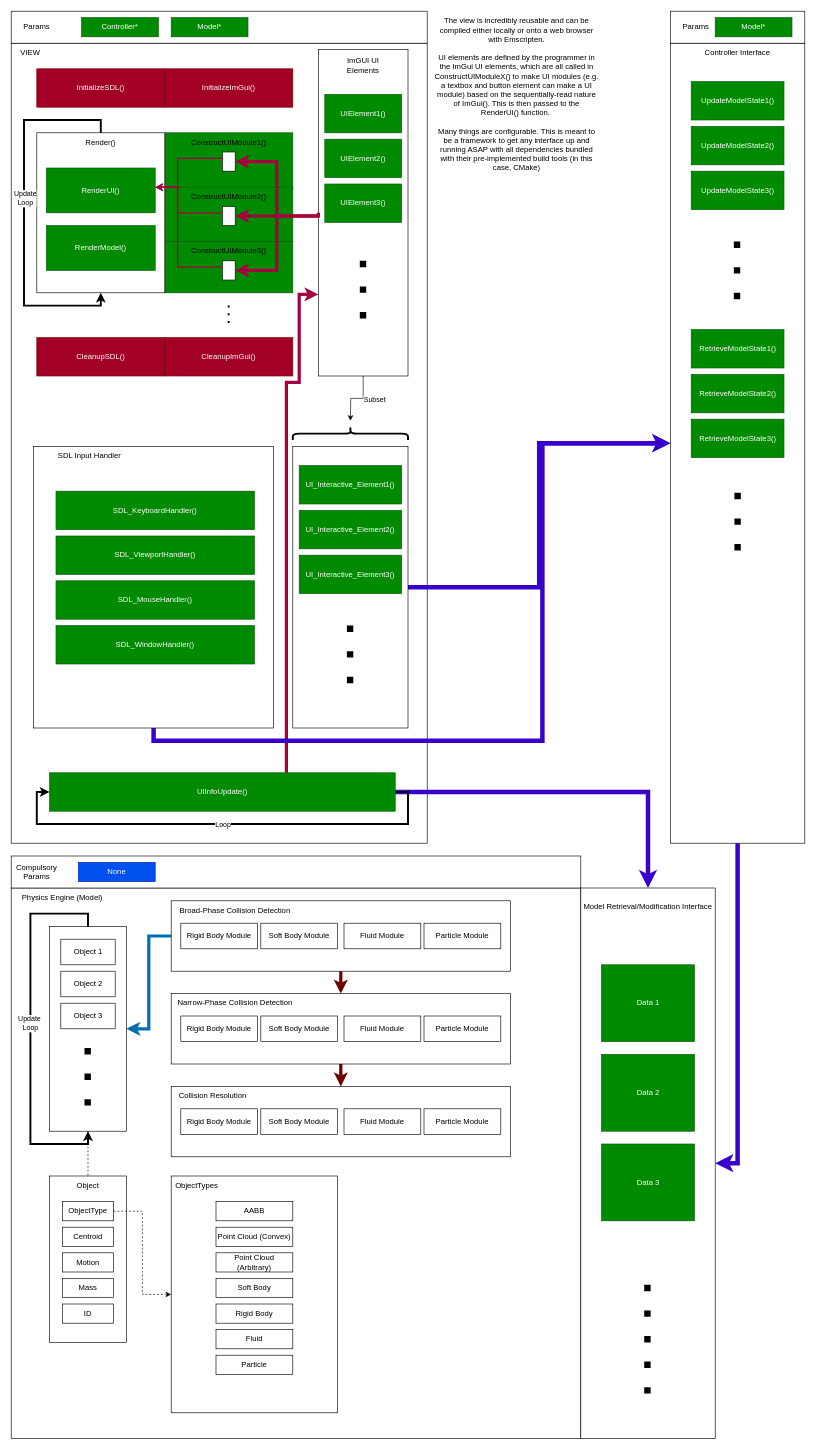
Above: documentation/Architectural Diagrams/MVC Overall Architecture.drawio in Argyraspides/Telos (draw.io), before the change. Source tidied: cells renumbered, new cells numbered last; positions are measured from the earlier drawing's top-left corner, leaving out a move shared by most shapes. Both pictures are drawn from the tidied source at 64%, with x=0, y=0 at pixel (11, 11).
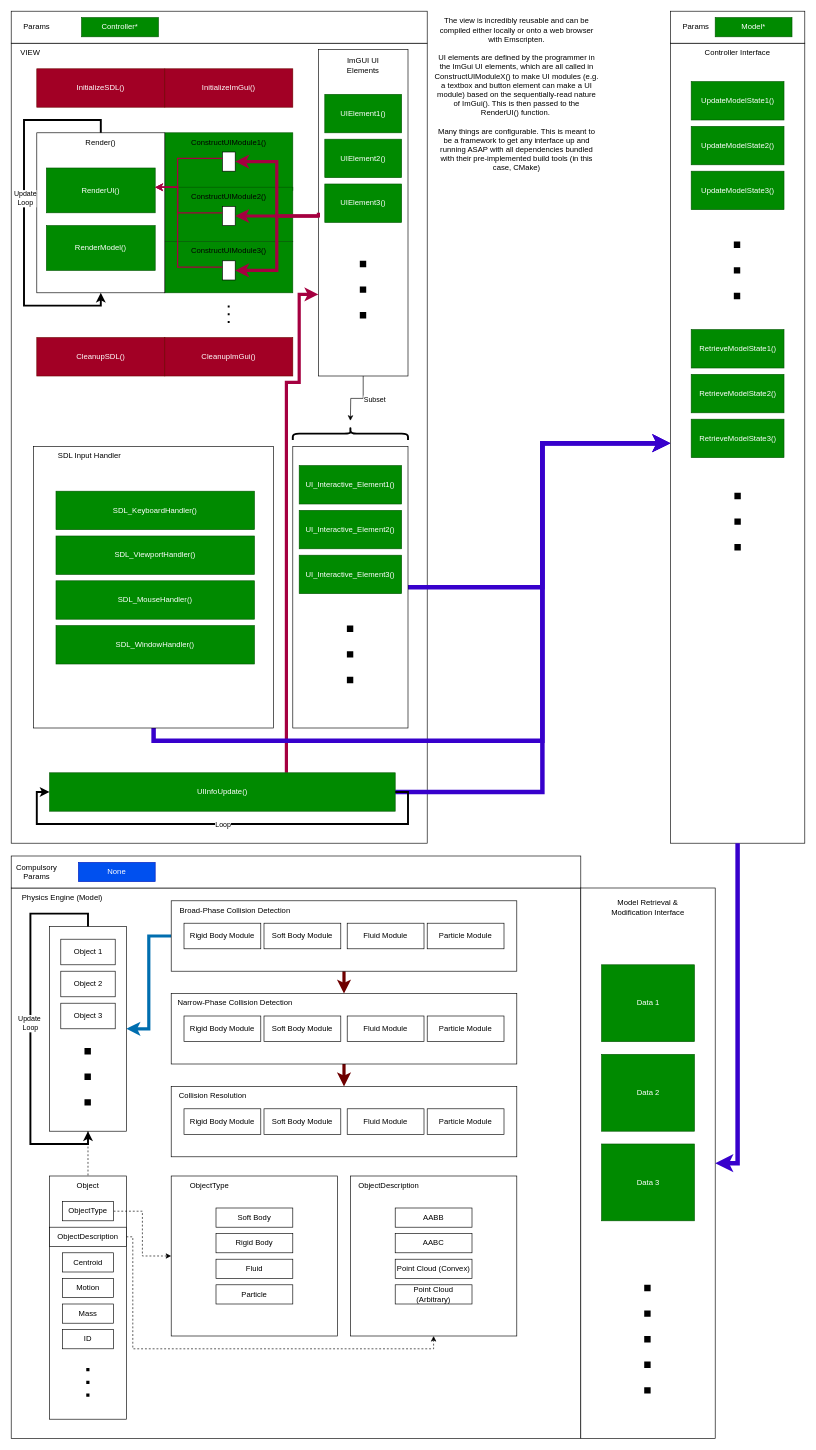
Above is the later version.

Commit message (it also covers changes not shown here):
Updated MVC architecture diagram

Unchanged cells that the change refers to:
```xml
<mxCell id="39" style="rounded=0;whiteSpace=wrap;html=1;" parent="1" vertex="1">
  <mxGeometry x="440" y="680" width="180" height="440" as="geometry" />
</mxCell>
<mxCell id="49" style="rounded=0;whiteSpace=wrap;html=1;" parent="48" vertex="1">
  <mxGeometry width="210" height="1250" as="geometry" />
</mxCell>
<mxCell id="67" value="UIInfoUpdate()" style="rounded=0;whiteSpace=wrap;html=1;fillColor=#008a00;fontColor=#ffffff;strokeColor=#005700;" parent="1" vertex="1">
  <mxGeometry x="60" y="1190" width="540" height="60" as="geometry" />
</mxCell>
<mxCell id="70" style="group;" parent="1" vertex="1">
  <mxGeometry x="890" y="1370" width="210" height="860" as="geometry" />
</mxCell>
```

The edit, as a diff of the source:
```diff
@@
-    <mxCell id="9" value="Model*" style="rounded=0;whiteSpace=wrap;html=1;fillColor=#008a00;fontColor=#ffffff;strokeColor=#005700;" parent="1" vertex="1">
-      <mxGeometry x="250" y="10" width="120" height="30" as="geometry" />
-    </mxCell>
@@
     <mxCell id="38" style="edgeStyle=orthogonalEdgeStyle;rounded=0;jettySize=auto;html=1;exitX=1;exitY=0.5;exitDx=0;exitDy=0;entryX=0;entryY=0.5;entryDx=0;entryDy=0;strokeWidth=7;fillColor=#6a00ff;strokeColor=#3700CC;" parent="1" edge="1" source="39" target="49">
-      <mxGeometry relative="1" as="geometry" />
+      <mxGeometry relative="1" as="geometry">
+        <Array as="points">
+          <mxPoint x="830" y="900" />
+          <mxPoint x="830" y="675" />
+        </Array>
+      </mxGeometry>
     </mxCell>
@@
-    <mxCell id="66" style="edgeStyle=orthogonalEdgeStyle;rounded=0;jettySize=auto;html=1;exitX=1;exitY=0.5;exitDx=0;exitDy=0;entryX=0.5;entryY=0;entryDx=0;entryDy=0;strokeWidth=7;fillColor=#6a00ff;strokeColor=#3700CC;" parent="1" edge="1" source="67" target="72">
+    <mxCell id="66" style="edgeStyle=orthogonalEdgeStyle;rounded=0;jettySize=auto;html=1;exitX=1;exitY=0.5;exitDx=0;exitDy=0;entryX=0;entryY=0.5;entryDx=0;entryDy=0;strokeWidth=7;fillColor=#6a00ff;strokeColor=#3700CC;" parent="1" edge="1" source="67" target="49">
       <mxGeometry relative="1" as="geometry">
         <Array as="points">
-          <mxPoint x="995" y="1220" />
+          <mxPoint x="830" y="1220" />
+          <mxPoint x="830" y="675" />
         </Array>
       </mxGeometry>
     </mxCell>
@@
-    <mxCell id="72" value="Model Retrieval/Modification Interface" style="text;html=1;strokeColor=none;fillColor=none;align=center;verticalAlign=middle;whiteSpace=wrap;rounded=0;" parent="70" vertex="1">
+    <mxCell id="72" value="Model Retrieval &amp;amp;&lt;br&gt;Modification Interface" style="text;html=1;strokeColor=none;fillColor=none;align=center;verticalAlign=middle;whiteSpace=wrap;rounded=0;" parent="70" vertex="1">
       <mxGeometry width="210" height="60" as="geometry" />
     </mxCell>
@@
     <mxCell id="79" style="rounded=0;whiteSpace=wrap;html=1;" parent="1" vertex="1">
-      <mxGeometry x="250" y="1390" width="530" height="110" as="geometry" />
+      <mxGeometry x="250" y="1390" width="540" height="110" as="geometry" />
     </mxCell>
@@
     <mxCell id="82" style="rounded=0;whiteSpace=wrap;html=1;" parent="1" vertex="1">
-      <mxGeometry x="250" y="1535" width="530" height="110" as="geometry" />
+      <mxGeometry x="250" y="1535" width="540" height="110" as="geometry" />
     </mxCell>
@@
     <mxCell id="93" style="rounded=0;whiteSpace=wrap;html=1;" parent="1" vertex="1">
-      <mxGeometry x="60" y="1820" width="120" height="260" as="geometry" />
+      <mxGeometry x="60" y="1820" width="120" height="380" as="geometry" />
     </mxCell>
@@
     <mxCell id="97" value="Centroid" style="rounded=0;whiteSpace=wrap;html=1;" parent="1" vertex="1">
-      <mxGeometry x="80" y="1900" width="80" height="30" as="geometry" />
+      <mxGeometry x="80" y="1940" width="80" height="30" as="geometry" />
     </mxCell>
     <mxCell id="98" value="Motion" style="rounded=0;whiteSpace=wrap;html=1;" parent="1" vertex="1">
-      <mxGeometry x="80" y="1940" width="80" height="30" as="geometry" />
+      <mxGeometry x="80" y="1980" width="80" height="30" as="geometry" />
     </mxCell>
     <mxCell id="99" value="Mass" style="rounded=0;whiteSpace=wrap;html=1;" parent="1" vertex="1">
-      <mxGeometry x="80" y="1980" width="80" height="30" as="geometry" />
+      <mxGeometry x="80" y="2020" width="80" height="30" as="geometry" />
     </mxCell>
     <mxCell id="100" style="rounded=0;whiteSpace=wrap;html=1;" parent="1" vertex="1">
-      <mxGeometry x="250" y="1680" width="530" height="110" as="geometry" />
+      <mxGeometry x="250" y="1680" width="540" height="110" as="geometry" />
     </mxCell>
@@
     <mxCell id="102" style="rounded=0;whiteSpace=wrap;html=1;" parent="1" vertex="1">
-      <mxGeometry x="250" y="1820" width="260" height="370" as="geometry" />
+      <mxGeometry x="250" y="1820" width="260" height="250" as="geometry" />
     </mxCell>
-    <mxCell id="103" value="ObjectTypes" style="text;html=1;strokeColor=none;fillColor=none;align=center;verticalAlign=middle;whiteSpace=wrap;rounded=0;" parent="1" vertex="1">
-      <mxGeometry x="250" y="1820" width="80" height="30" as="geometry" />
+    <mxCell id="103" value="ObjectType" style="text;html=1;strokeColor=none;fillColor=none;align=center;verticalAlign=middle;whiteSpace=wrap;rounded=0;" parent="1" vertex="1">
+      <mxGeometry x="250" y="1820" width="120" height="30" as="geometry" />
     </mxCell>
-    <mxCell id="104" value="AABB" style="rounded=0;whiteSpace=wrap;html=1;" parent="1" vertex="1">
-      <mxGeometry x="320" y="1860" width="120" height="30" as="geometry" />
-    </mxCell>
-    <mxCell id="105" value="Point Cloud (Convex)" style="rounded=0;whiteSpace=wrap;html=1;" parent="1" vertex="1">
-      <mxGeometry x="320" y="1900" width="120" height="30" as="geometry" />
-    </mxCell>
-    <mxCell id="106" value="Point Cloud (Arbitrary)" style="rounded=0;whiteSpace=wrap;html=1;" parent="1" vertex="1">
-      <mxGeometry x="320" y="1940" width="120" height="30" as="geometry" />
-    </mxCell>
     <mxCell id="107" value="ID" style="rounded=0;whiteSpace=wrap;html=1;" parent="1" vertex="1">
-      <mxGeometry x="80" y="2020" width="80" height="30" as="geometry" />
+      <mxGeometry x="80" y="2060" width="80" height="30" as="geometry" />
     </mxCell>
@@
     <mxCell id="122" value="Soft Body" style="rounded=0;whiteSpace=wrap;html=1;" parent="1" vertex="1">
-      <mxGeometry x="320" y="1980" width="120" height="30" as="geometry" />
+      <mxGeometry x="320" y="1870" width="120" height="30" as="geometry" />
     </mxCell>
     <mxCell id="123" value="Rigid Body Module" style="rounded=0;whiteSpace=wrap;html=1;" parent="1" vertex="1">
-      <mxGeometry x="265" y="1425" width="120" height="40" as="geometry" />
+      <mxGeometry x="270" y="1425" width="120" height="40" as="geometry" />
     </mxCell>
     <mxCell id="124" value="Soft Body Module" style="rounded=0;whiteSpace=wrap;html=1;" parent="1" vertex="1">
-      <mxGeometry x="390" y="1425" width="120" height="40" as="geometry" />
+      <mxGeometry x="395" y="1425" width="120" height="40" as="geometry" />
     </mxCell>
     <mxCell id="125" value="Fluid Module" style="rounded=0;whiteSpace=wrap;html=1;" parent="1" vertex="1">
-      <mxGeometry x="520" y="1425" width="120" height="40" as="geometry" />
+      <mxGeometry x="525" y="1425" width="120" height="40" as="geometry" />
     </mxCell>
     <mxCell id="126" value="Particle Module" style="rounded=0;whiteSpace=wrap;html=1;" parent="1" vertex="1">
-      <mxGeometry x="645" y="1425" width="120" height="40" as="geometry" />
+      <mxGeometry x="650" y="1425" width="120" height="40" as="geometry" />
     </mxCell>
     <mxCell id="127" value="Rigid Body Module" style="rounded=0;whiteSpace=wrap;html=1;" parent="1" vertex="1">
-      <mxGeometry x="265" y="1570" width="120" height="40" as="geometry" />
+      <mxGeometry x="270" y="1570" width="120" height="40" as="geometry" />
     </mxCell>
     <mxCell id="128" value="Soft Body Module" style="rounded=0;whiteSpace=wrap;html=1;" parent="1" vertex="1">
-      <mxGeometry x="390" y="1570" width="120" height="40" as="geometry" />
+      <mxGeometry x="395" y="1570" width="120" height="40" as="geometry" />
     </mxCell>
     <mxCell id="129" value="Fluid Module" style="rounded=0;whiteSpace=wrap;html=1;" parent="1" vertex="1">
-      <mxGeometry x="520" y="1570" width="120" height="40" as="geometry" />
+      <mxGeometry x="525" y="1570" width="120" height="40" as="geometry" />
     </mxCell>
     <mxCell id="130" value="Particle Module" style="rounded=0;whiteSpace=wrap;html=1;" parent="1" vertex="1">
-      <mxGeometry x="645" y="1570" width="120" height="40" as="geometry" />
+      <mxGeometry x="650" y="1570" width="120" height="40" as="geometry" />
     </mxCell>
     <mxCell id="131" value="Rigid Body Module" style="rounded=0;whiteSpace=wrap;html=1;" parent="1" vertex="1">
-      <mxGeometry x="265" y="1715" width="120" height="40" as="geometry" />
+      <mxGeometry x="270" y="1715" width="120" height="40" as="geometry" />
     </mxCell>
     <mxCell id="132" value="Soft Body Module" style="rounded=0;whiteSpace=wrap;html=1;" parent="1" vertex="1">
-      <mxGeometry x="390" y="1715" width="120" height="40" as="geometry" />
+      <mxGeometry x="395" y="1715" width="120" height="40" as="geometry" />
     </mxCell>
     <mxCell id="133" value="Fluid Module" style="rounded=0;whiteSpace=wrap;html=1;" parent="1" vertex="1">
-      <mxGeometry x="520" y="1715" width="120" height="40" as="geometry" />
+      <mxGeometry x="525" y="1715" width="120" height="40" as="geometry" />
     </mxCell>
     <mxCell id="134" value="Particle Module" style="rounded=0;whiteSpace=wrap;html=1;" parent="1" vertex="1">
-      <mxGeometry x="645" y="1715" width="120" height="40" as="geometry" />
+      <mxGeometry x="650" y="1715" width="120" height="40" as="geometry" />
     </mxCell>
     <mxCell id="135" value="Rigid Body" style="rounded=0;whiteSpace=wrap;html=1;" parent="1" vertex="1">
-      <mxGeometry x="320" y="2020" width="120" height="30" as="geometry" />
+      <mxGeometry x="320" y="1910" width="120" height="30" as="geometry" />
     </mxCell>
     <mxCell id="136" value="Fluid" style="rounded=0;whiteSpace=wrap;html=1;" parent="1" vertex="1">
-      <mxGeometry x="320" y="2060" width="120" height="30" as="geometry" />
+      <mxGeometry x="320" y="1950" width="120" height="30" as="geometry" />
     </mxCell>
     <mxCell id="137" value="Particle" style="rounded=0;whiteSpace=wrap;html=1;" parent="1" vertex="1">
-      <mxGeometry x="320" y="2100" width="120" height="30" as="geometry" />
+      <mxGeometry x="320" y="1990" width="120" height="30" as="geometry" />
     </mxCell>
@@
+    <mxCell id="139" style="edgeStyle=orthogonalEdgeStyle;rounded=0;jettySize=auto;html=1;exitX=1;exitY=0.5;exitDx=0;exitDy=0;entryX=0.5;entryY=1;entryDx=0;entryDy=0;dashed=1;" parent="1" edge="1" source="140" target="141">
+      <mxGeometry relative="1" as="geometry">
+        <Array as="points">
+          <mxPoint x="190" y="1915" />
+          <mxPoint x="190" y="2090" />
+          <mxPoint x="660" y="2090" />
+        </Array>
+      </mxGeometry>
+    </mxCell>
+    <mxCell id="140" value="ObjectDescription" style="rounded=0;whiteSpace=wrap;html=1;" parent="1" vertex="1">
+      <mxGeometry x="60" y="1900" width="120" height="30" as="geometry" />
+    </mxCell>
+    <mxCell id="141" style="rounded=0;whiteSpace=wrap;html=1;" parent="1" vertex="1">
+      <mxGeometry x="530" y="1820" width="260" height="250" as="geometry" />
+    </mxCell>
+    <mxCell id="142" value="ObjectDescription" style="text;html=1;strokeColor=none;fillColor=none;align=center;verticalAlign=middle;whiteSpace=wrap;rounded=0;" parent="1" vertex="1">
+      <mxGeometry x="530" y="1820" width="120" height="30" as="geometry" />
+    </mxCell>
+    <mxCell id="104" value="AABB" style="rounded=0;whiteSpace=wrap;html=1;" parent="1" vertex="1">
+      <mxGeometry x="600" y="1870" width="120" height="30" as="geometry" />
+    </mxCell>
+    <mxCell id="105" value="Point Cloud (Convex)" style="rounded=0;whiteSpace=wrap;html=1;" parent="1" vertex="1">
+      <mxGeometry x="600" y="1950" width="120" height="30" as="geometry" />
+    </mxCell>
+    <mxCell id="106" value="Point Cloud (Arbitrary)" style="rounded=0;whiteSpace=wrap;html=1;" parent="1" vertex="1">
+      <mxGeometry x="600" y="1990" width="120" height="30" as="geometry" />
+    </mxCell>
+    <mxCell id="143" value="AABC" style="rounded=0;whiteSpace=wrap;html=1;" parent="1" vertex="1">
+      <mxGeometry x="600" y="1910" width="120" height="30" as="geometry" />
+    </mxCell>
+    <mxCell id="144" style="endArrow=none;dashed=1;html=1;dashPattern=1 3;strokeWidth=5;rounded=0;" parent="1" edge="1">
+      <mxGeometry relative="1" as="geometry">
+        <mxPoint x="119.8" y="2120" as="sourcePoint" />
+        <mxPoint x="119.8" y="2170" as="targetPoint" />
+      </mxGeometry>
+    </mxCell>
```
